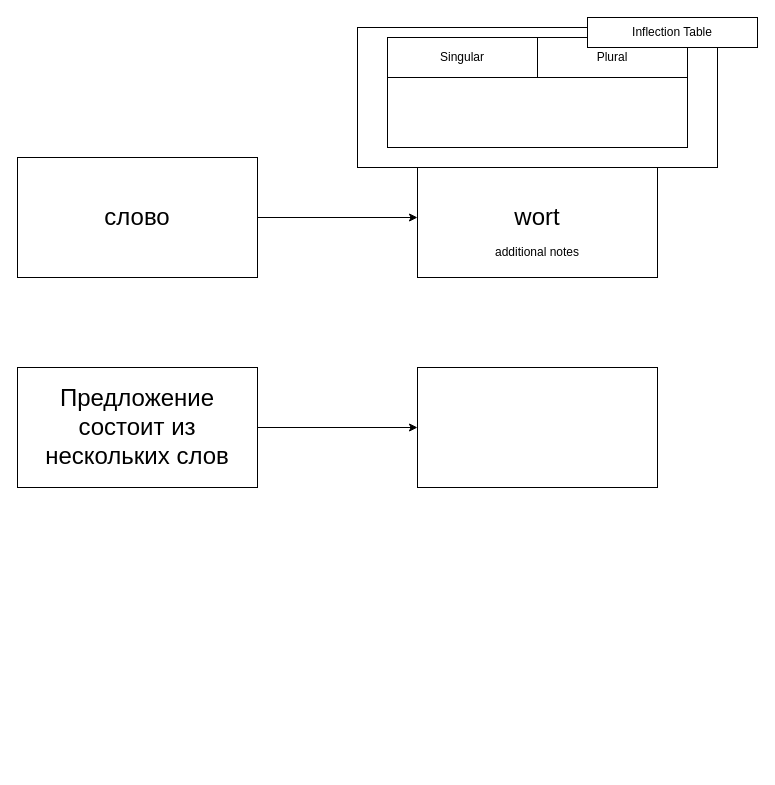
Earlier version of the draw.io diagram docs/flashcard-structure.drawio (twaslowski/grammr-serverless). Source tidied: cells renumbered, new cells numbered last; positions are measured from the earlier drawing's top-left corner, leaving out a move shared by most shapes. Both pictures are drawn from the tidied source at 100%, with x=0, y=0 at pixel (17, 17).
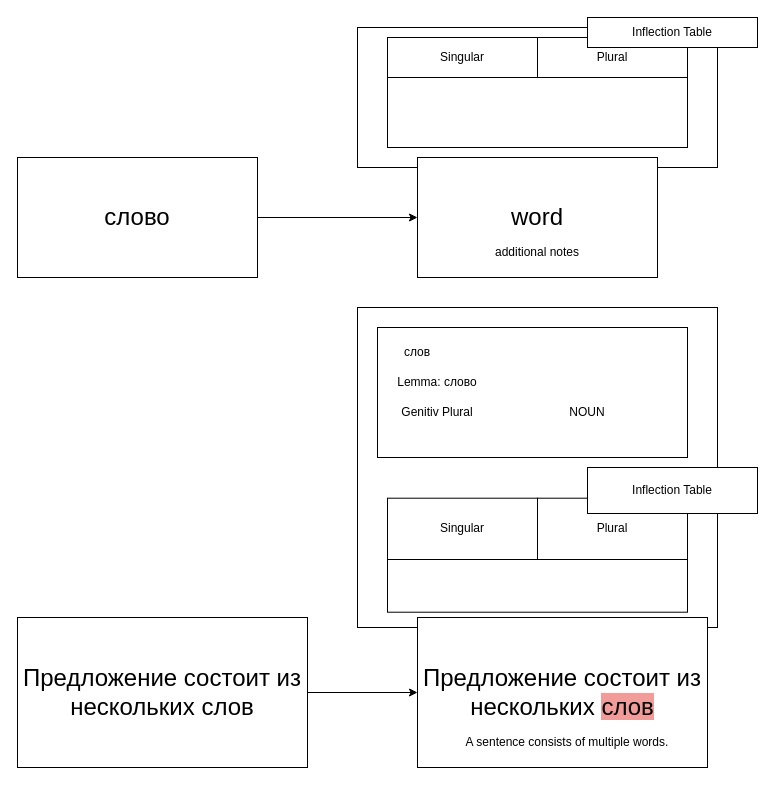
Above is the later version.

The edit, as a diff of the source:
```diff
@@
-    <mxCell id="2" style="edgeStyle=orthogonalEdgeStyle;rounded=0;jettySize=auto;html=1;exitX=1;exitY=0.5;exitDx=0;exitDy=0;entryX=0;entryY=0.5;entryDx=0;entryDy=0;" parent="1" edge="1" source="3" target="4">
-      <mxGeometry relative="1" as="geometry" />
-    </mxCell>
-    <mxCell id="3" value="слово" style="rounded=0;whiteSpace=wrap;html=1;fontSize=24;" parent="1" vertex="1">
-      <mxGeometry y="140" width="240" height="120" as="geometry" />
-    </mxCell>
-    <mxCell id="4" value="wort" style="rounded=0;whiteSpace=wrap;html=1;fontSize=24;" parent="1" vertex="1">
-      <mxGeometry x="400" y="140" width="240" height="120" as="geometry" />
-    </mxCell>
-    <mxCell id="5" value="additional notes" style="text;html=1;whiteSpace=wrap;strokeColor=none;fillColor=none;align=center;verticalAlign=middle;rounded=0;" parent="1" vertex="1">
-      <mxGeometry x="450" y="220" width="140" height="30" as="geometry" />
-    </mxCell>
-    <mxCell id="6" style="edgeStyle=orthogonalEdgeStyle;rounded=0;jettySize=auto;html=1;exitX=1;exitY=0.5;exitDx=0;exitDy=0;entryX=0;entryY=0.5;entryDx=0;entryDy=0;" parent="1" edge="1" source="7" target="8">
-      <mxGeometry relative="1" as="geometry" />
-    </mxCell>
-    <mxCell id="7" value="&lt;div&gt;Предложение состоит из нескольких слов&lt;/div&gt;" style="rounded=0;whiteSpace=wrap;html=1;fontSize=24;" parent="1" vertex="1">
-      <mxGeometry y="350" width="240" height="120" as="geometry" />
-    </mxCell>
-    <mxCell id="8" style="rounded=0;whiteSpace=wrap;html=1;fontSize=24;" parent="1" vertex="1">
-      <mxGeometry x="400" y="350" width="240" height="120" as="geometry" />
-    </mxCell>
@@
+    <mxCell id="15" style="group;" parent="1" vertex="1">
+      <mxGeometry y="140" width="640" height="120" as="geometry" />
+    </mxCell>
+    <mxCell id="2" style="edgeStyle=orthogonalEdgeStyle;rounded=0;jettySize=auto;html=1;exitX=1;exitY=0.5;exitDx=0;exitDy=0;entryX=0;entryY=0.5;entryDx=0;entryDy=0;" parent="15" edge="1" source="3" target="4">
+      <mxGeometry relative="1" as="geometry" />
+    </mxCell>
+    <mxCell id="3" value="слово" style="rounded=0;whiteSpace=wrap;html=1;fontSize=24;" parent="15" vertex="1">
+      <mxGeometry width="240" height="120" as="geometry" />
+    </mxCell>
+    <mxCell id="4" value="word" style="rounded=0;whiteSpace=wrap;html=1;fontSize=24;" parent="15" vertex="1">
+      <mxGeometry x="400" width="240" height="120" as="geometry" />
+    </mxCell>
+    <mxCell id="5" value="additional notes" style="text;html=1;whiteSpace=wrap;strokeColor=none;fillColor=none;align=center;verticalAlign=middle;rounded=0;" parent="15" vertex="1">
+      <mxGeometry x="450" y="80" width="140" height="30" as="geometry" />
+    </mxCell>
+    <mxCell id="16" style="group;" parent="1" vertex="1">
+      <mxGeometry y="380" width="730" height="370" as="geometry" />
+    </mxCell>
+    <mxCell id="17" style="group;" parent="16" vertex="1">
+      <mxGeometry x="340" width="390" height="230" as="geometry" />
+    </mxCell>
+    <mxCell id="18" style="rounded=0;whiteSpace=wrap;html=1;" parent="17" vertex="1">
+      <mxGeometry y="-90" width="360" height="320" as="geometry" />
+    </mxCell>
+    <mxCell id="19" value="Singular" style="rounded=0;whiteSpace=wrap;html=1;" parent="17" vertex="1">
+      <mxGeometry x="30" y="100.7" width="150" height="61.3" as="geometry" />
+    </mxCell>
+    <mxCell id="20" value="Plural" style="rounded=0;whiteSpace=wrap;html=1;" parent="17" vertex="1">
+      <mxGeometry x="180" y="100.7" width="150" height="61.3" as="geometry" />
+    </mxCell>
+    <mxCell id="21" value="Inflection Table" style="rounded=0;whiteSpace=wrap;html=1;" parent="17" vertex="1">
+      <mxGeometry x="230" y="70" width="170" height="46" as="geometry" />
+    </mxCell>
+    <mxCell id="22" style="rounded=0;whiteSpace=wrap;html=1;" parent="17" vertex="1">
+      <mxGeometry x="30" y="162" width="300" height="52.7" as="geometry" />
+    </mxCell>
+    <mxCell id="23" style="rounded=0;whiteSpace=wrap;html=1;" parent="17" vertex="1">
+      <mxGeometry x="20" y="-70" width="310" height="130" as="geometry" />
+    </mxCell>
+    <mxCell id="24" value="слов" style="text;html=1;whiteSpace=wrap;strokeColor=none;fillColor=none;align=center;verticalAlign=middle;rounded=0;" parent="17" vertex="1">
+      <mxGeometry x="30" y="-60" width="60" height="30" as="geometry" />
+    </mxCell>
+    <mxCell id="25" value="Genitiv Plural" style="text;html=1;whiteSpace=wrap;strokeColor=none;fillColor=none;align=center;verticalAlign=middle;rounded=0;" parent="17" vertex="1">
+      <mxGeometry x="30" width="100" height="30" as="geometry" />
+    </mxCell>
+    <mxCell id="26" value="NOUN" style="text;html=1;whiteSpace=wrap;strokeColor=none;fillColor=none;align=center;verticalAlign=middle;rounded=0;" parent="17" vertex="1">
+      <mxGeometry x="180" width="100" height="30" as="geometry" />
+    </mxCell>
+    <mxCell id="27" style="group;" parent="16" vertex="1">
+      <mxGeometry y="220" width="690" height="150" as="geometry" />
+    </mxCell>
+    <mxCell id="6" style="edgeStyle=orthogonalEdgeStyle;rounded=0;jettySize=auto;html=1;exitX=1;exitY=0.5;exitDx=0;exitDy=0;entryX=0;entryY=0.5;entryDx=0;entryDy=0;" parent="27" edge="1" source="7" target="8">
+      <mxGeometry relative="1" as="geometry" />
+    </mxCell>
+    <mxCell id="7" value="&lt;div&gt;Предложение состоит из нескольких слов&lt;/div&gt;" style="rounded=0;whiteSpace=wrap;html=1;fontSize=24;" parent="27" vertex="1">
+      <mxGeometry width="290" height="150" as="geometry" />
+    </mxCell>
+    <mxCell id="8" value="Предложение состоит из нескольких &lt;span style=&quot;background-color: rgb(241, 156, 153);&quot;&gt;слов&lt;/span&gt;" style="rounded=0;whiteSpace=wrap;html=1;fontSize=24;" parent="27" vertex="1">
+      <mxGeometry x="400" width="290" height="150" as="geometry" />
+    </mxCell>
+    <mxCell id="28" value="A sentence consists of multiple words." style="text;html=1;whiteSpace=wrap;strokeColor=none;fillColor=none;align=center;verticalAlign=middle;rounded=0;" parent="27" vertex="1">
+      <mxGeometry x="430" y="110" width="240" height="30" as="geometry" />
+    </mxCell>
+    <mxCell id="29" value="Lemma: словo" style="text;html=1;whiteSpace=wrap;strokeColor=none;fillColor=none;align=center;verticalAlign=middle;rounded=0;" parent="1" vertex="1">
+      <mxGeometry x="370" y="350" width="100" height="30" as="geometry" />
+    </mxCell>
```
